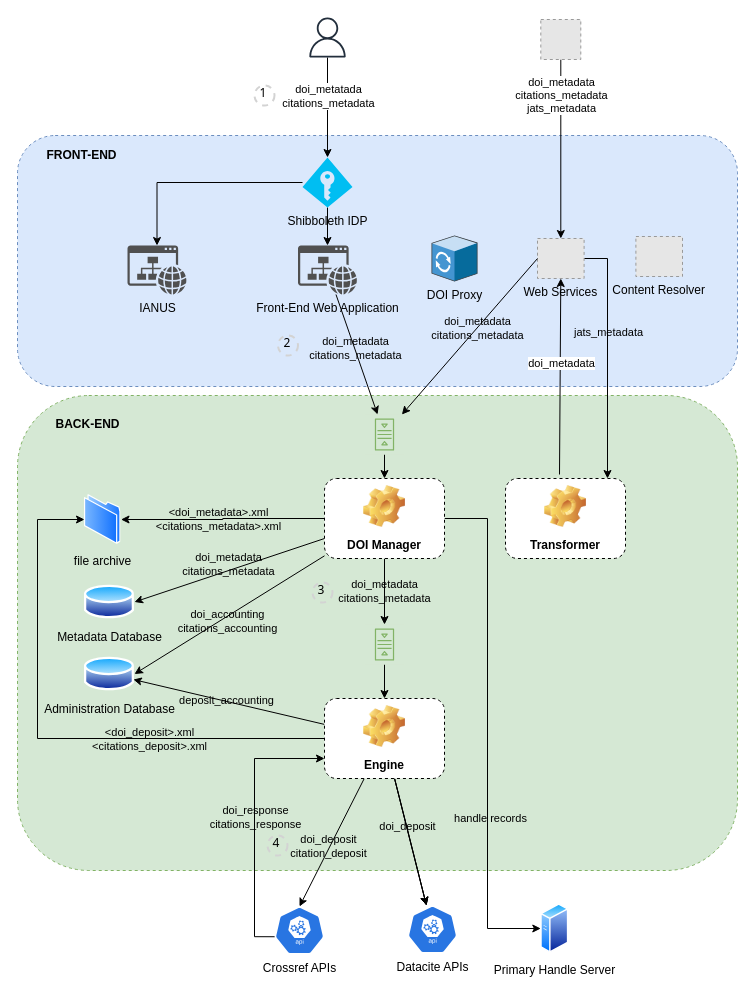
Earlier version of the draw.io diagram op-functional-diagram.drawio (Ediser-mEDRA/OP-DOIRA). Source tidied: cells renumbered, new cells numbered last; positions are measured from the earlier drawing's top-left corner, leaving out a move shared by most shapes. Both pictures are drawn from the tidied source at 100%, with x=0, y=0 at pixel (17, 17). Pictures stored in the file or linked from it are replaced by grey dashed boxes.
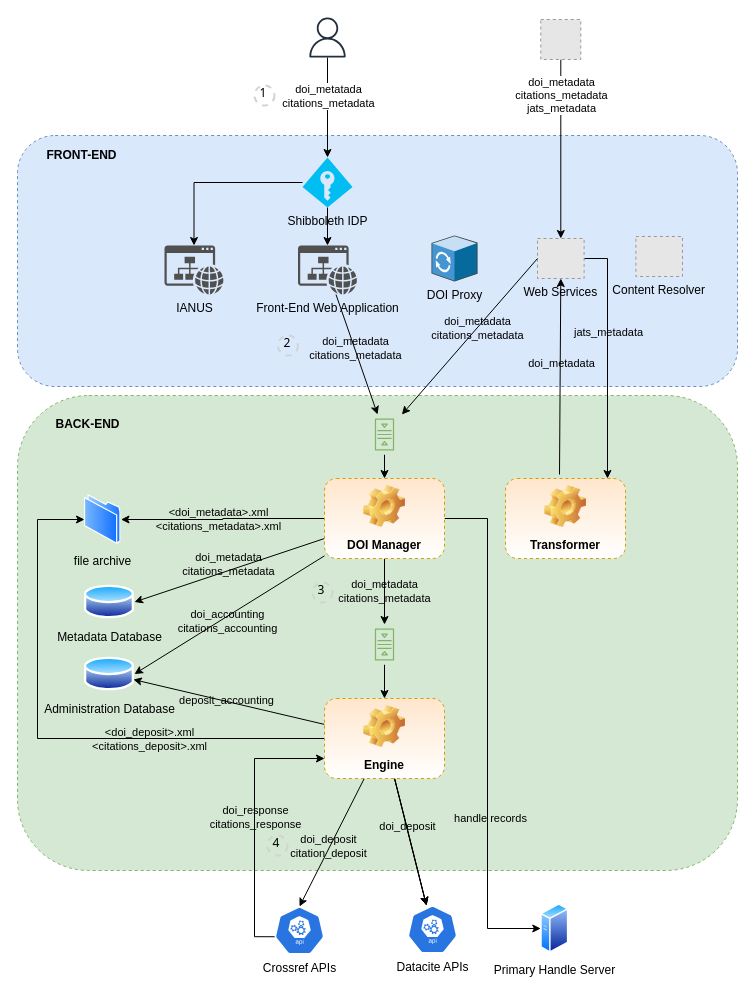
Above is the later version.

Unchanged cells that the change refers to:
```xml
<mxCell id="40" style="rounded=0;jettySize=auto;html=1;entryX=0.5;entryY=1;entryDx=0;entryDy=0;labelBackgroundColor=none;fontColor=#000000;exitX=0.45;exitY=-0.05;exitDx=0;exitDy=0;exitPerimeter=0;" parent="1" edge="1" source="42" target="53">
  <mxGeometry relative="1" as="geometry" />
</mxCell>
```

What changed in the source:
```diff
@@
-    <mxCell id="21" value="DOI Manager" style="label;whiteSpace=wrap;html=1;align=center;verticalAlign=bottom;spacingLeft=0;spacingBottom=4;imageAlign=center;imageVerticalAlign=top;image=img/clipart/Gear_128x128.png;rounded=1;dashed=1;sketch=0;" parent="1" vertex="1">
+    <mxCell id="21" value="DOI Manager" style="label;whiteSpace=wrap;html=1;align=center;verticalAlign=bottom;spacingLeft=0;spacingBottom=4;imageAlign=center;imageVerticalAlign=top;image=img/clipart/Gear_128x128.png;rounded=1;dashed=1;sketch=0;fillColor=#ffe6cc;strokeColor=#d79b00;gradientColor=#ffffff;" parent="1" vertex="1">
       <mxGeometry x="307" y="461" width="120" height="80" as="geometry" />
     </mxCell>
@@
-    <mxCell id="32" value="Engine" style="label;whiteSpace=wrap;html=1;align=center;verticalAlign=bottom;spacingLeft=0;spacingBottom=4;imageAlign=center;imageVerticalAlign=top;image=img/clipart/Gear_128x128.png;rounded=1;dashed=1;sketch=0;" parent="1" vertex="1">
+    <mxCell id="32" value="Engine" style="label;whiteSpace=wrap;html=1;align=center;verticalAlign=bottom;spacingLeft=0;spacingBottom=4;imageAlign=center;imageVerticalAlign=top;image=img/clipart/Gear_128x128.png;rounded=1;dashed=1;sketch=0;fillColor=#ffe6cc;strokeColor=#d79b00;gradientColor=#ffffff;" parent="1" vertex="1">
       <mxGeometry x="307" y="681" width="120" height="80" as="geometry" />
     </mxCell>
@@
-    <mxCell id="41" value="doi_metadata" style="edgeLabel;html=1;align=center;verticalAlign=middle;fontColor=#000000;" parent="40" vertex="1">
+    <mxCell id="41" value="doi_metadata" style="edgeLabel;html=1;align=center;verticalAlign=middle;fontColor=#000000;labelBackgroundColor=none;" parent="40" vertex="1">
       <mxGeometry x="-0.03" relative="1" as="geometry">
         <mxPoint x="1" y="-17" as="offset" />
       </mxGeometry>
     </mxCell>
-    <mxCell id="42" value="Transformer" style="label;whiteSpace=wrap;html=1;align=center;verticalAlign=bottom;spacingLeft=0;spacingBottom=4;imageAlign=center;imageVerticalAlign=top;image=img/clipart/Gear_128x128.png;rounded=1;dashed=1;sketch=0;" parent="1" vertex="1">
+    <mxCell id="42" value="Transformer" style="label;whiteSpace=wrap;html=1;align=center;verticalAlign=bottom;spacingLeft=0;spacingBottom=4;imageAlign=center;imageVerticalAlign=top;image=img/clipart/Gear_128x128.png;rounded=1;dashed=1;sketch=0;fillColor=#ffe6cc;strokeColor=#d79b00;gradientColor=#ffffff;" parent="1" vertex="1">
       <mxGeometry x="488" y="461" width="120" height="80" as="geometry" />
     </mxCell>
     <mxCell id="43" value="IANUS" style="sketch=0;shadow=0;dashed=0;html=1;strokeColor=none;fillColor=#505050;labelPosition=center;verticalLabelPosition=bottom;verticalAlign=top;outlineConnect=0;align=center;shape=mxgraph.office.sites.website;rounded=1;labelBackgroundColor=none;fontColor=#000000;" parent="1" vertex="1">
-      <mxGeometry x="110" y="228" width="59" height="49" as="geometry" />
+      <mxGeometry x="147" y="228" width="59" height="49" as="geometry" />
     </mxCell>
```
